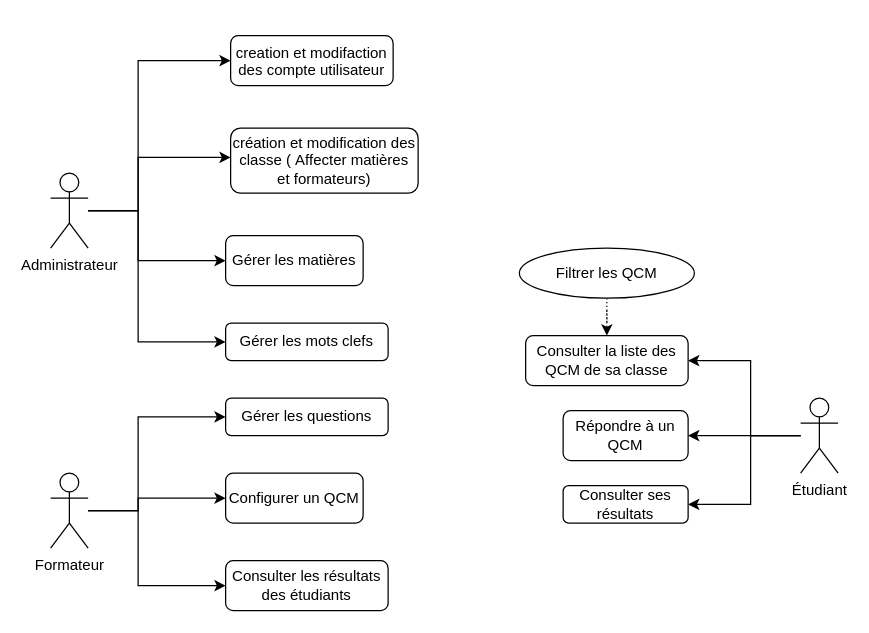
Before: docs/projet/DiagrameCasUtilisation.drawio in zachdeschler-stack/AP_PHP_DeschlerZach, a draw.io diagram. Source tidied: cells renumbered, new cells numbered last; positions are measured from the earlier drawing's top-left corner, leaving out a move shared by most shapes. Both pictures are drawn from the tidied source at 125%, with x=0, y=0 at pixel (50, 35).
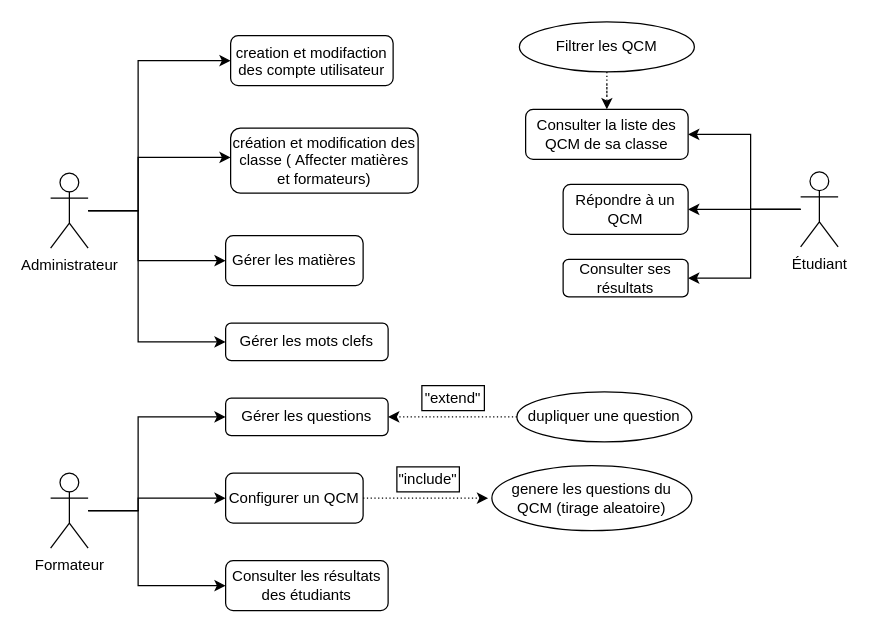
After the change.

The change refers to these unchanged cells:
```xml
<mxCell id="25" value="Gérer les questions" style="rounded=1;whiteSpace=wrap;html=1;roundedPerimeter=1;" parent="1" vertex="1">
  <mxGeometry x="140" y="290" width="130" height="30" as="geometry" />
</mxCell>
<mxCell id="26" value="Configurer un QCM" style="rounded=1;whiteSpace=wrap;html=1;roundedPerimeter=1;" parent="1" vertex="1">
  <mxGeometry x="140" y="350" width="110" height="40" as="geometry" />
</mxCell>
```

Diff of the diagram source:
```diff
@@
     <mxCell id="12" style="edgeStyle=orthogonalEdgeStyle;rounded=0;jettySize=auto;html=1;entryX=1;entryY=0.5;entryDx=0;entryDy=0;defaultLabelBackgroundColor=page;" parent="1" edge="1" source="15" target="18">
       <mxGeometry x="0.14" relative="1" as="geometry">
         <Array as="points">
-          <mxPoint x="560" y="320" />
-          <mxPoint x="560" y="260" />
+          <mxPoint x="560" y="139" />
+          <mxPoint x="560" y="79" />
         </Array>
       </mxGeometry>
     </mxCell>
@@
     <mxCell id="14" style="edgeStyle=orthogonalEdgeStyle;rounded=0;jettySize=auto;html=1;entryX=1;entryY=0.5;entryDx=0;entryDy=0;defaultLabelBackgroundColor=page;" parent="1" edge="1" source="15" target="20">
       <mxGeometry x="0.17" relative="1" as="geometry">
         <Array as="points">
-          <mxPoint x="560" y="320" />
-          <mxPoint x="560" y="375" />
+          <mxPoint x="560" y="139" />
+          <mxPoint x="560" y="194" />
         </Array>
       </mxGeometry>
     </mxCell>
     <mxCell id="15" value="&lt;div&gt;Étudiant&lt;/div&gt;&lt;div&gt;&lt;br&gt;&lt;/div&gt;" style="shape=umlActor;verticalLabelPosition=bottom;verticalAlign=top;html=1;outlineConnect=0;labelPerimeter=1;" parent="1" vertex="1">
-      <mxGeometry x="600" y="290" width="30" height="60" as="geometry" />
+      <mxGeometry x="600" y="109" width="30" height="60" as="geometry" />
     </mxCell>
@@
     <mxCell id="17" value="Filtrer les QCM" style="ellipse;whiteSpace=wrap;html=1;shapeInside=1;" parent="1" vertex="1">
-      <mxGeometry x="375" y="170" width="140" height="40" as="geometry" />
+      <mxGeometry x="375" y="-11" width="140" height="40" as="geometry" />
     </mxCell>
     <mxCell id="18" value="Consulter la liste&amp;nbsp;des QCM de sa classe" style="rounded=1;whiteSpace=wrap;html=1;roundedPerimeter=1;" parent="1" vertex="1">
-      <mxGeometry x="380" y="240" width="130" height="40" as="geometry" />
+      <mxGeometry x="380" y="59" width="130" height="40" as="geometry" />
     </mxCell>
     <mxCell id="19" value="Répondre à un QCM" style="rounded=1;whiteSpace=wrap;html=1;roundedPerimeter=1;" parent="1" vertex="1">
-      <mxGeometry x="410" y="300" width="100" height="40" as="geometry" />
+      <mxGeometry x="410" y="119" width="100" height="40" as="geometry" />
     </mxCell>
     <mxCell id="20" value="Consulter ses résultats" style="rounded=1;whiteSpace=wrap;html=1;roundedPerimeter=1;" parent="1" vertex="1">
-      <mxGeometry x="410" y="360" width="100" height="30" as="geometry" />
+      <mxGeometry x="410" y="179" width="100" height="30" as="geometry" />
     </mxCell>
@@
+    <mxCell id="28" style="edgeStyle=orthogonalEdgeStyle;rounded=0;jettySize=auto;html=1;defaultLabelBackgroundColor=page;dashed=1;dashPattern=1 2;" parent="1" edge="1" source="26">
+      <mxGeometry relative="1" as="geometry">
+        <mxPoint x="350" y="370" as="targetPoint" />
+      </mxGeometry>
+    </mxCell>
@@
+    <mxCell id="29" style="edgeStyle=orthogonalEdgeStyle;rounded=0;jettySize=auto;html=1;defaultLabelBackgroundColor=page;dashed=1;dashPattern=1 2;" parent="1" edge="1" source="30" target="25">
+      <mxGeometry relative="1" as="geometry" />
+    </mxCell>
+    <mxCell id="30" value="dupliquer une question" style="ellipse;whiteSpace=wrap;html=1;shapeInside=1;" parent="1" vertex="1">
+      <mxGeometry x="373" y="285" width="140" height="40" as="geometry" />
+    </mxCell>
+    <mxCell id="31" value="genere les questions du QCM (tirage aleatoire)" style="ellipse;whiteSpace=wrap;html=1;shapeInside=1;" parent="1" vertex="1">
+      <mxGeometry x="353" y="344" width="160" height="52" as="geometry" />
+    </mxCell>
+    <mxCell id="32" value="&quot;extend&quot;" style="whiteSpace=wrap;html=1;" parent="1" vertex="1">
+      <mxGeometry x="297" y="280" width="50" height="20" as="geometry" />
+    </mxCell>
+    <mxCell id="33" value="&quot;include&quot;" style="whiteSpace=wrap;html=1;" parent="1" vertex="1">
+      <mxGeometry x="277" y="345" width="50" height="20" as="geometry" />
+    </mxCell>
```
